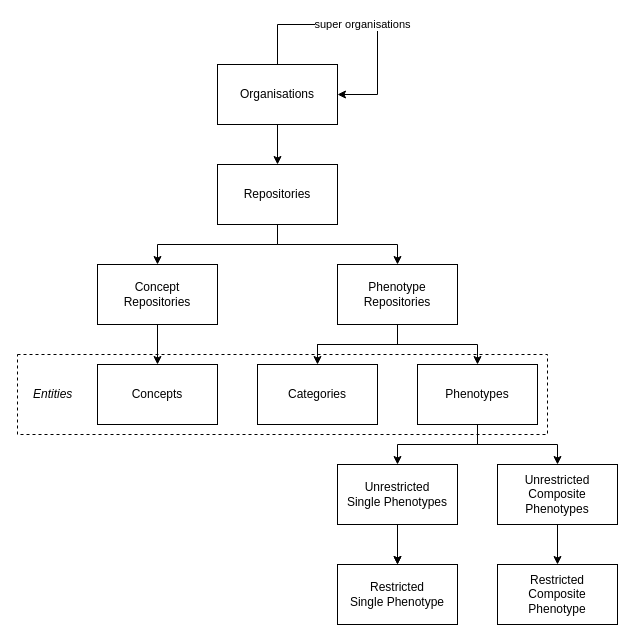
The draw.io diagram docs/assets/images/content-type-hierarchy.drawio in Onto-Med/top-deployment, before the edit. Source tidied: cells renumbered, new cells numbered last; positions are measured from the earlier drawing's top-left corner, leaving out a move shared by most shapes. Both pictures are drawn from the tidied source at 100%, with x=0, y=0 at pixel (17, 24).
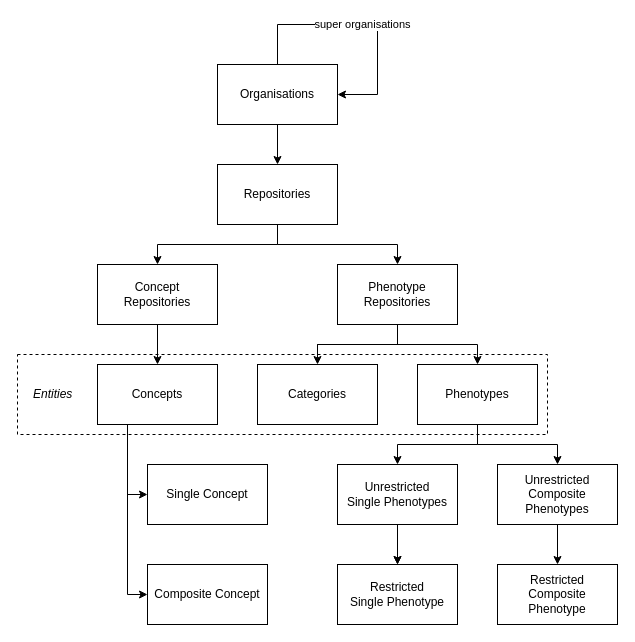
After the change.

Commit message (it also covers changes not shown here):
Update content type hierarchy image

The change refers to these unchanged cells:
```xml
<mxCell id="25" value="Concepts" style="whiteSpace=wrap;html=1;rounded=0;" parent="1" vertex="1">
  <mxGeometry x="80" y="340" width="120" height="60" as="geometry" />
</mxCell>
```

Diff of the diagram source:
```diff
@@
+    <mxCell id="26" style="edgeStyle=none;html=1;exitX=0.25;exitY=1;exitDx=0;exitDy=0;rounded=0;" parent="1" edge="1" source="25" target="28">
+      <mxGeometry relative="1" as="geometry">
+        <Array as="points">
+          <mxPoint x="110" y="470" />
+        </Array>
+      </mxGeometry>
+    </mxCell>
+    <mxCell id="27" style="edgeStyle=none;html=1;exitX=0.25;exitY=1;exitDx=0;exitDy=0;rounded=0;" parent="1" edge="1" source="25" target="29">
+      <mxGeometry relative="1" as="geometry">
+        <Array as="points">
+          <mxPoint x="110" y="570" />
+        </Array>
+      </mxGeometry>
+    </mxCell>
@@
+    <mxCell id="28" value="Single Concept" style="whiteSpace=wrap;html=1;rounded=0;" parent="1" vertex="1">
+      <mxGeometry x="130" y="440" width="120" height="60" as="geometry" />
+    </mxCell>
+    <mxCell id="29" value="Composite Concept" style="whiteSpace=wrap;html=1;rounded=0;" parent="1" vertex="1">
+      <mxGeometry x="130" y="540" width="120" height="60" as="geometry" />
+    </mxCell>
```
